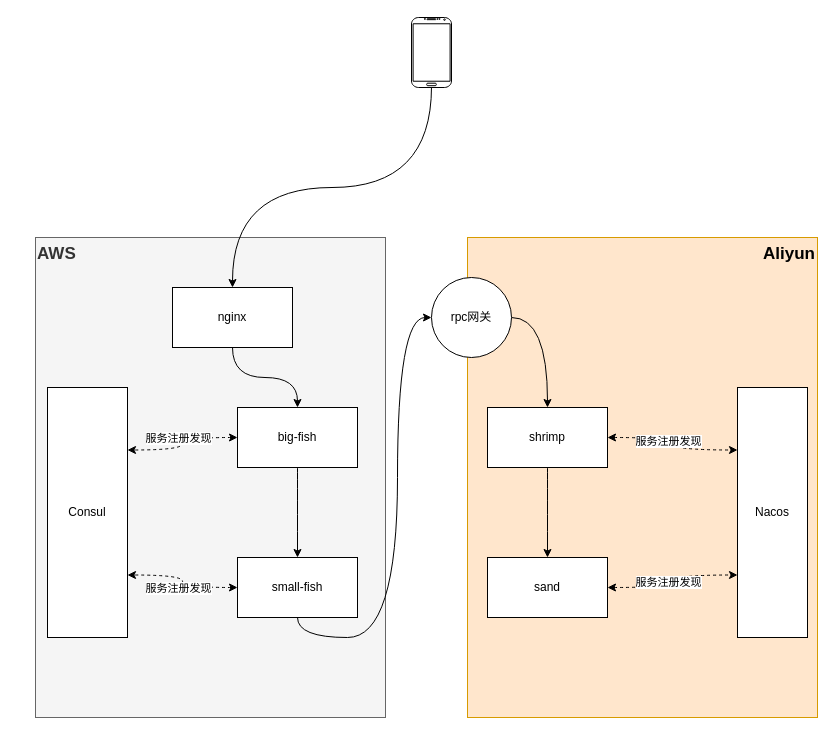
Above: 跨集群调用延时验证.drawio in catface996/images (draw.io), before the change. Source tidied: cells renumbered, new cells numbered last; positions are measured from the earlier drawing's top-left corner, leaving out a move shared by most shapes. Both pictures are drawn from the tidied source at 100%, with x=0, y=0 at pixel (35, 17).
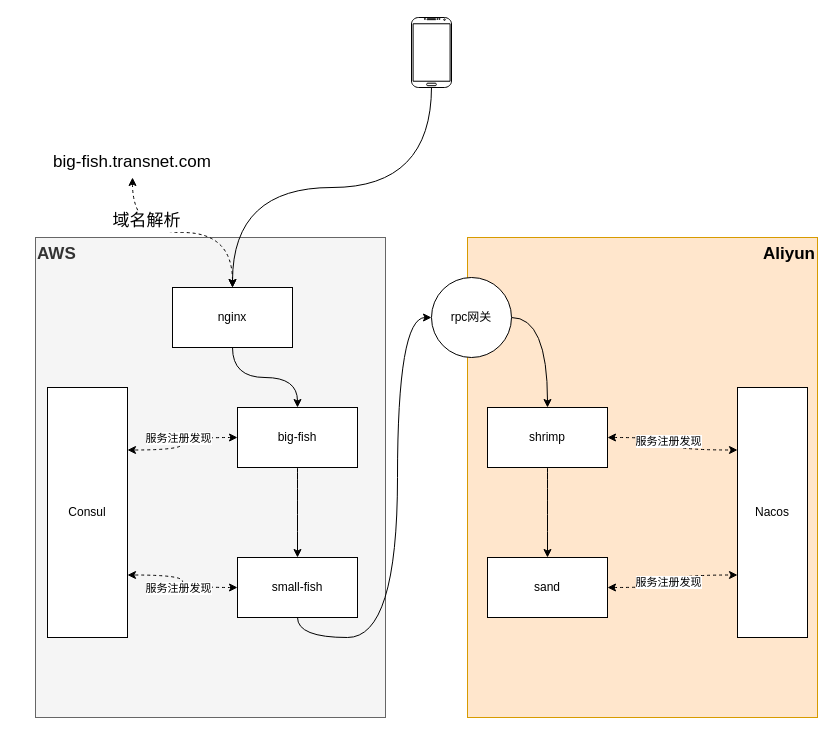
The same diagram, later.

Commit message (it also covers changes not shown here):
更新跨集群调用延时验证.drawio

Unchanged cells that the change refers to:
```xml
<mxCell id="5" value="nginx" style="rounded=0;whiteSpace=wrap;html=1;" parent="1" vertex="1">
  <mxGeometry x="137" y="270" width="120" height="60" as="geometry" />
</mxCell>
```

What changed in the source:
```diff
@@
+    <mxCell id="27" style="edgeStyle=orthogonalEdgeStyle;curved=1;rounded=0;jettySize=auto;html=1;entryX=0.5;entryY=0;entryDx=0;entryDy=0;dashed=1;fontSize=17;startArrow=classic;startFill=1;" parent="1" edge="1" source="29" target="5">
+      <mxGeometry relative="1" as="geometry" />
+    </mxCell>
+    <mxCell id="28" value="域名解析" style="edgeLabel;html=1;align=center;verticalAlign=middle;fontSize=17;" parent="27" vertex="1">
+      <mxGeometry x="-0.6" y="13" relative="1" as="geometry">
+        <mxPoint y="1" as="offset" />
+      </mxGeometry>
+    </mxCell>
+    <mxCell id="29" value="big-fish.transnet.com" style="text;html=1;strokeColor=none;fillColor=none;align=center;verticalAlign=middle;whiteSpace=wrap;rounded=0;fontSize=17;" parent="1" vertex="1">
+      <mxGeometry x="-18" y="130" width="230" height="30" as="geometry" />
+    </mxCell>
```
